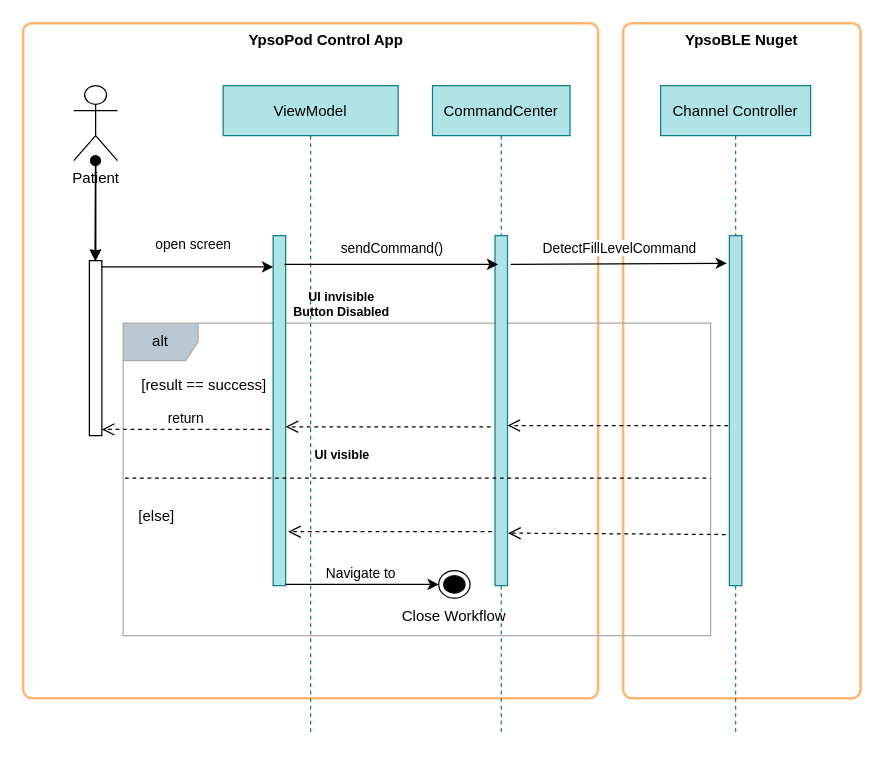
Above: Diagrama sin título.drawio in vespasoft/my_uml_diagrams (draw.io), before the change. Source tidied: cells renumbered, new cells numbered last; positions are measured from the earlier drawing's top-left corner, leaving out a move shared by most shapes. Both pictures are drawn from the tidied source at 125%, with x=0, y=0 at pixel (22, 22).
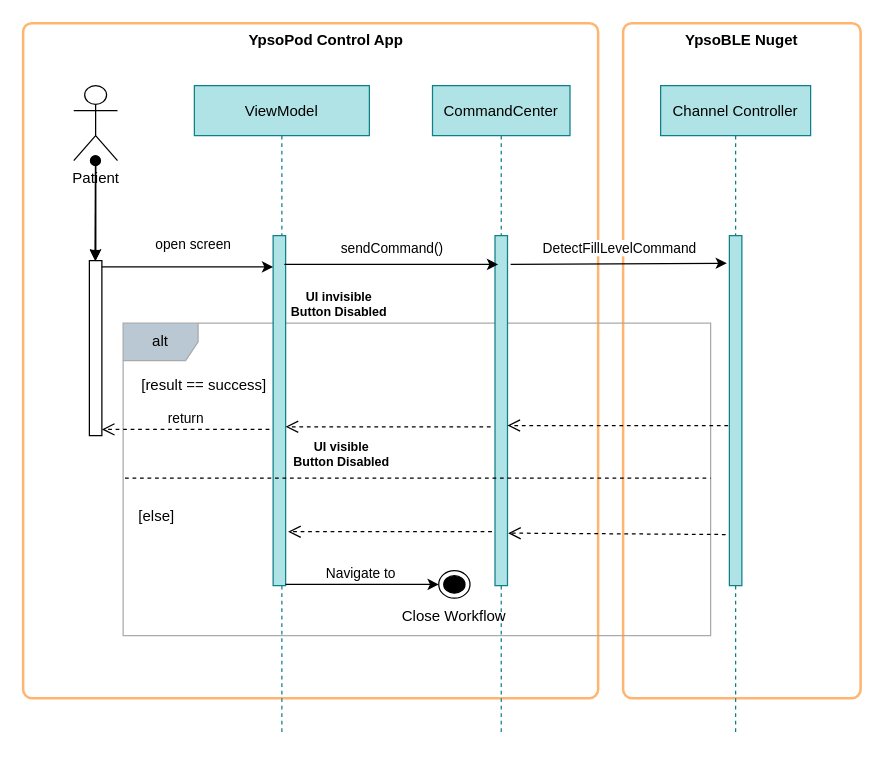
Above is the later version.

Diff of the diagram source:
```diff
@@
     <mxCell id="5" value="ViewModel" style="shape=umlLifeline;perimeter=lifelinePerimeter;rounded=0;shadow=0;strokeWidth=1;fillColor=#b0e3e6;strokeColor=#0e8088;" parent="1" vertex="1">
-      <mxGeometry x="160" y="50" width="140" height="520" as="geometry" />
+      <mxGeometry x="137" y="50" width="140" height="520" as="geometry" />
     </mxCell>
     <mxCell id="6" value="UI invisible&lt;br&gt;Button Disabled" style="text;html=1;strokeColor=none;fillColor=none;align=center;verticalAlign=middle;whiteSpace=wrap;rounded=0;fontSize=10;fontStyle=1;" parent="5" vertex="1">
-      <mxGeometry x="50" y="160" width="90" height="30" as="geometry" />
+      <mxGeometry x="71" y="160" width="90" height="30" as="geometry" />
     </mxCell>
-    <mxCell id="7" value="UI visible" style="text;html=1;strokeColor=none;fillColor=none;align=center;verticalAlign=middle;whiteSpace=wrap;rounded=0;fontSize=10;fontStyle=1;" parent="5" vertex="1">
-      <mxGeometry x="56.5" y="280" width="77" height="30" as="geometry" />
-    </mxCell>
@@
+    <mxCell id="34" value="UI visible&lt;br&gt;Button Disabled" style="text;html=1;strokeColor=none;fillColor=none;align=center;verticalAlign=middle;whiteSpace=wrap;rounded=0;fontSize=10;fontStyle=1;" parent="1" vertex="1">
+      <mxGeometry x="210" y="330" width="90" height="30" as="geometry" />
+    </mxCell>
```
